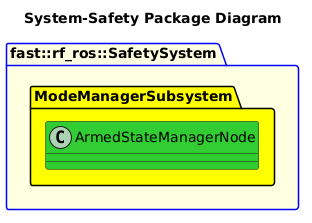
Before: Systems/Safety/doc/puml/SystemSafetyPackageDiagram.png, a diagram exported from PlantUML (fastrobotics/robot_framework_ros).
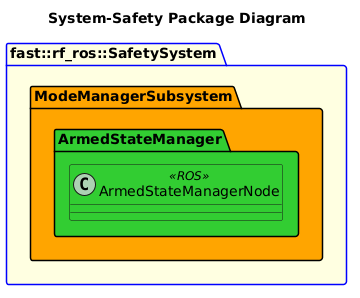
Above is the later version.

What changed in the source:
```diff
@@ -1,8 +1,10 @@
 @startuml
 title System-Safety Package Diagram
 package fast::rf_ros::SafetySystem #LightYellow;line:blue {
-    namespace ModeManagerSubsystem #Yellow {
-        class ArmedStateManagerNode #LimeGreen {
+    namespace ModeManagerSubsystem #Orange {
+        namespace ArmedStateManager #LimeGreen {
+            class ArmedStateManagerNode <<ROS>> #LimeGreen {
+            }
         }
     }
 }
```
